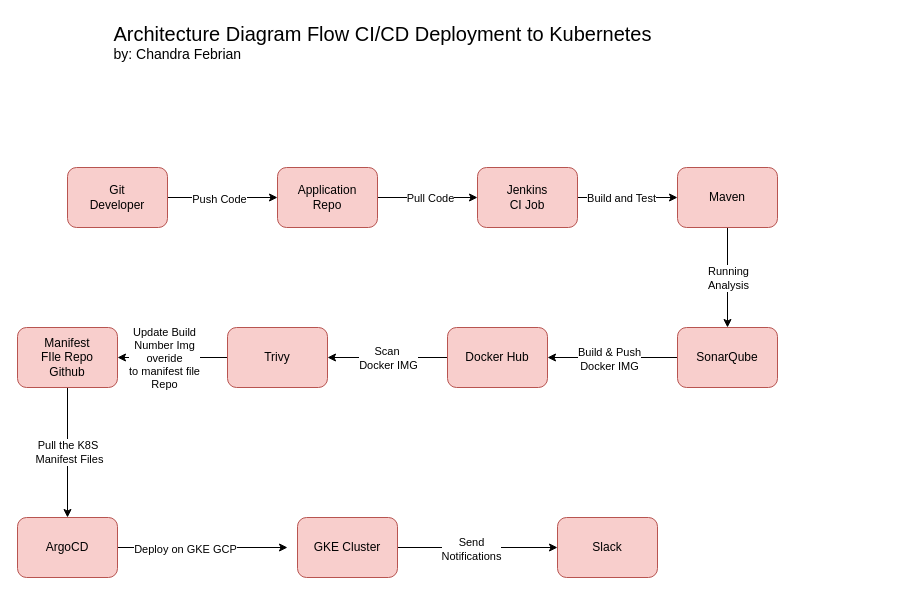
Before: CI/CD-flow-architechture.drawio in chandrafebrian/chandrafebrian, a draw.io diagram. Source tidied: cells renumbered, new cells numbered last; positions are measured from the earlier drawing's top-left corner, leaving out a move shared by most shapes. Both pictures are drawn from the tidied source at 100%, with x=0, y=0 at pixel (17, 17).
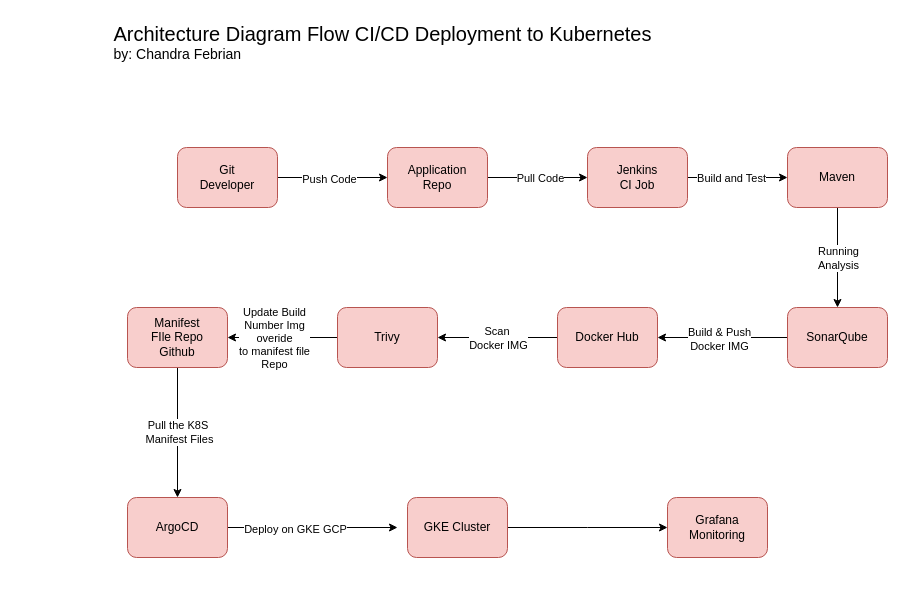
The same diagram, later.

The change refers to these unchanged cells:
```xml
<mxCell id="30" style="edgeStyle=orthogonalEdgeStyle;rounded=0;jettySize=auto;html=1;" parent="2" edge="1" source="32">
  <mxGeometry relative="1" as="geometry">
    <mxPoint x="540" y="380" as="targetPoint" />
  </mxGeometry>
</mxCell>
```

Change to the diagram source:
```diff
@@
     <mxCell id="2" style="group;" parent="1" vertex="1">
-      <mxGeometry y="150" width="760" height="410" as="geometry" />
+      <mxGeometry x="110" y="130" width="760" height="410" as="geometry" />
     </mxCell>
@@
-    <mxCell id="31" value="Send&lt;div&gt;Notifications&lt;/div&gt;" style="edgeLabel;html=1;align=center;verticalAlign=middle;" parent="30" vertex="1">
-      <mxGeometry x="-0.09" y="-1" relative="1" as="geometry" />
-    </mxCell>
@@
-    <mxCell id="33" value="Slack" style="rounded=1;whiteSpace=wrap;html=1;fillColor=#f8cecc;strokeColor=#b85450;" parent="2" vertex="1">
+    <mxCell id="33" value="Grafana&lt;div&gt;Monitoring&lt;/div&gt;" style="rounded=1;whiteSpace=wrap;html=1;fillColor=#f8cecc;strokeColor=#b85450;" parent="2" vertex="1">
       <mxGeometry x="540" y="350" width="100" height="60" as="geometry" />
     </mxCell>
```
